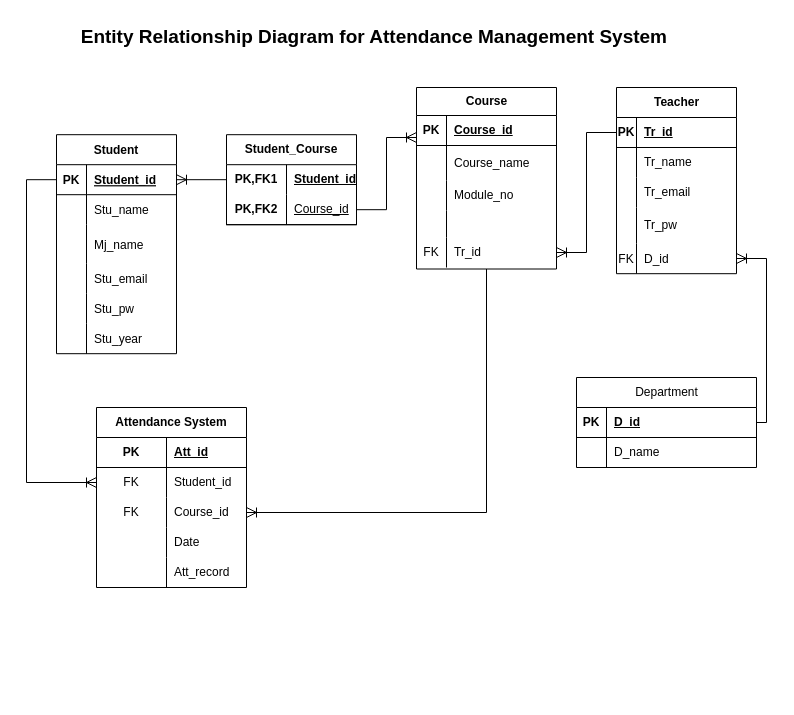
The draw.io diagram ER.drawio in KhunMaungNgwee/InternShipProject, before the edit. Source tidied: cells renumbered, new cells numbered last; positions are measured from the earlier drawing's top-left corner, leaving out a move shared by most shapes. Both pictures are drawn from the tidied source at 100%, with x=0, y=0 at pixel (26, 17).
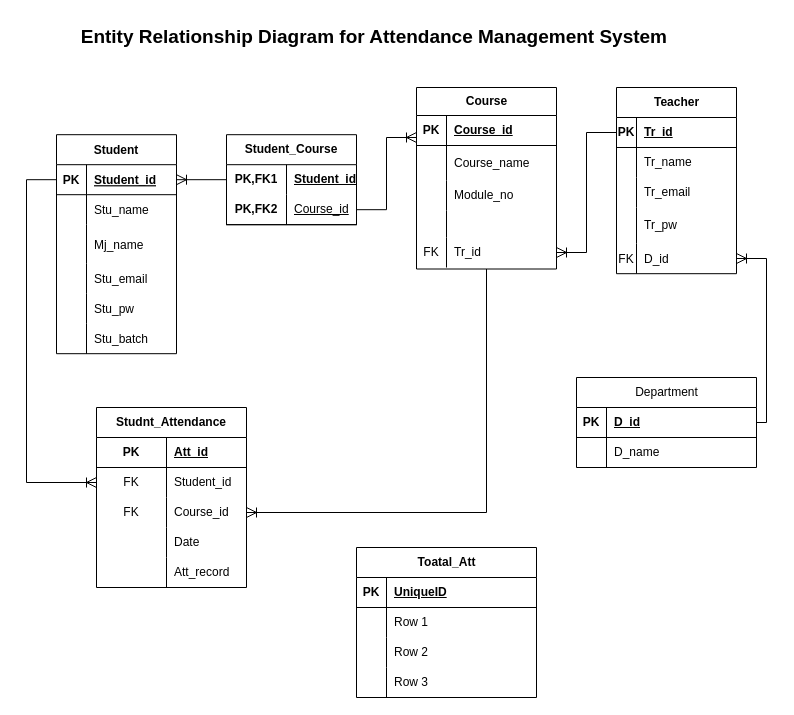
Above is the later version.

Unchanged cells that the change refers to:
```xml
<mxCell id="18" style="shape=tableRow;horizontal=0;startSize=0;swimlaneHead=0;swimlaneBody=0;fillColor=none;top=0;left=0;right=0;bottom=0;" parent="2" vertex="1">
  <mxGeometry y="189" width="120" height="30" as="geometry" />
</mxCell>
```

Diff of the diagram source:
```diff
@@
-    <mxCell id="20" value="Stu_year" style="shape=partialRectangle;fillColor=none;top=0;left=0;bottom=0;right=0;align=left;spacingLeft=6;overflow=hidden;" parent="18" vertex="1">
+    <mxCell id="20" value="Stu_batch" style="shape=partialRectangle;fillColor=none;top=0;left=0;bottom=0;right=0;align=left;spacingLeft=6;overflow=hidden;" parent="18" vertex="1">
       <mxGeometry x="30" width="90" height="30" as="geometry" />
     </mxCell>
@@
-    <mxCell id="37" value="&lt;span style=&quot;text-wrap: nowrap;&quot;&gt;Attendance System&lt;/span&gt;" style="shape=table;startSize=30;childLayout=tableLayout;rowLines=0;fontStyle=1;align=center;html=1;whiteSpace=wrap;flipV=0;" parent="1" vertex="1">
+    <mxCell id="37" value="&lt;span style=&quot;text-wrap: nowrap;&quot;&gt;Studnt_Attendance&lt;/span&gt;" style="shape=table;startSize=30;childLayout=tableLayout;rowLines=0;fontStyle=1;align=center;html=1;whiteSpace=wrap;flipV=0;" parent="1" vertex="1">
       <mxGeometry x="70" y="390" width="150" height="180" as="geometry" />
     </mxCell>
@@
+    <mxCell id="90" value="Toatal_Att" style="shape=table;startSize=30;childLayout=tableLayout;rowLines=0;fontStyle=1;align=center;html=1;" parent="1" vertex="1">
+      <mxGeometry x="330" y="530" width="180" height="150" as="geometry" />
+    </mxCell>
+    <mxCell id="91" style="shape=tableRow;horizontal=0;startSize=0;swimlaneHead=0;swimlaneBody=0;fillColor=none;top=0;left=0;right=0;bottom=1;" parent="90" vertex="1">
+      <mxGeometry y="30" width="180" height="30" as="geometry" />
+    </mxCell>
+    <mxCell id="92" value="PK" style="shape=partialRectangle;fillColor=none;top=0;left=0;bottom=0;right=0;fontStyle=1;overflow=hidden;whiteSpace=wrap;html=1;" parent="91" vertex="1">
+      <mxGeometry width="30" height="30" as="geometry" />
+    </mxCell>
+    <mxCell id="93" value="UniqueID" style="shape=partialRectangle;fillColor=none;top=0;left=0;bottom=0;right=0;align=left;spacingLeft=6;fontStyle=5;overflow=hidden;whiteSpace=wrap;html=1;" parent="91" vertex="1">
+      <mxGeometry x="30" width="150" height="30" as="geometry" />
+    </mxCell>
+    <mxCell id="94" style="shape=tableRow;horizontal=0;startSize=0;swimlaneHead=0;swimlaneBody=0;fillColor=none;top=0;left=0;right=0;bottom=0;" parent="90" vertex="1">
+      <mxGeometry y="60" width="180" height="30" as="geometry" />
+    </mxCell>
+    <mxCell id="95" style="shape=partialRectangle;fillColor=none;top=0;left=0;bottom=0;right=0;overflow=hidden;whiteSpace=wrap;html=1;" parent="94" vertex="1">
+      <mxGeometry width="30" height="30" as="geometry" />
+    </mxCell>
+    <mxCell id="96" value="Row 1" style="shape=partialRectangle;fillColor=none;top=0;left=0;bottom=0;right=0;align=left;spacingLeft=6;overflow=hidden;whiteSpace=wrap;html=1;" parent="94" vertex="1">
+      <mxGeometry x="30" width="150" height="30" as="geometry" />
+    </mxCell>
+    <mxCell id="97" style="shape=tableRow;horizontal=0;startSize=0;swimlaneHead=0;swimlaneBody=0;fillColor=none;top=0;left=0;right=0;bottom=0;" parent="90" vertex="1">
+      <mxGeometry y="90" width="180" height="30" as="geometry" />
+    </mxCell>
+    <mxCell id="98" style="shape=partialRectangle;fillColor=none;top=0;left=0;bottom=0;right=0;overflow=hidden;whiteSpace=wrap;html=1;" parent="97" vertex="1">
+      <mxGeometry width="30" height="30" as="geometry" />
+    </mxCell>
+    <mxCell id="99" value="Row 2" style="shape=partialRectangle;fillColor=none;top=0;left=0;bottom=0;right=0;align=left;spacingLeft=6;overflow=hidden;whiteSpace=wrap;html=1;" parent="97" vertex="1">
+      <mxGeometry x="30" width="150" height="30" as="geometry" />
+    </mxCell>
+    <mxCell id="100" style="shape=tableRow;horizontal=0;startSize=0;swimlaneHead=0;swimlaneBody=0;fillColor=none;top=0;left=0;right=0;bottom=0;" parent="90" vertex="1">
+      <mxGeometry y="120" width="180" height="30" as="geometry" />
+    </mxCell>
+    <mxCell id="101" style="shape=partialRectangle;fillColor=none;top=0;left=0;bottom=0;right=0;overflow=hidden;whiteSpace=wrap;html=1;" parent="100" vertex="1">
+      <mxGeometry width="30" height="30" as="geometry" />
+    </mxCell>
+    <mxCell id="102" value="Row 3" style="shape=partialRectangle;fillColor=none;top=0;left=0;bottom=0;right=0;align=left;spacingLeft=6;overflow=hidden;whiteSpace=wrap;html=1;" parent="100" vertex="1">
+      <mxGeometry x="30" width="150" height="30" as="geometry" />
+    </mxCell>
```
